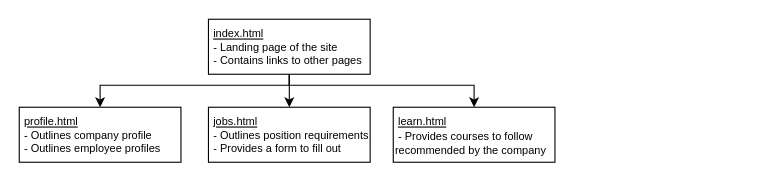
Earlier version of the draw.io diagram assets/design/sitemap.drawio (imstellar/assignment2). Source tidied: cells renumbered, new cells numbered last; positions are measured from the earlier drawing's top-left corner, leaving out a move shared by most shapes. Both pictures are drawn from the tidied source at 110%, with x=0, y=0 at pixel (19, 19).
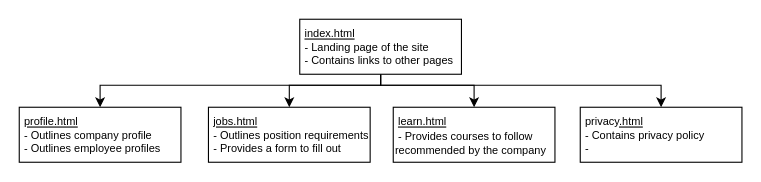
After the change.

The edit, as a diff of the source:
```diff
@@
 <mxGraphModel>
   <root>
     <mxCell id="0" />
     <mxCell id="1" parent="0" />
+    <mxCell id="9" style="edgeStyle=orthogonalEdgeStyle;rounded=0;jettySize=auto;html=1;entryX=0.5;entryY=0;entryDx=0;entryDy=0;" parent="1" edge="1" source="5" target="10">
+      <mxGeometry relative="1" as="geometry">
+        <Array as="points">
+          <mxPoint x="328" y="60" />
+          <mxPoint x="584" y="60" />
+        </Array>
+      </mxGeometry>
+    </mxCell>
+    <mxCell id="4" style="edgeStyle=orthogonalEdgeStyle;rounded=0;jettySize=auto;html=1;entryX=0.5;entryY=0;entryDx=0;entryDy=0;" parent="1" edge="1" source="5" target="7">
+      <mxGeometry relative="1" as="geometry">
+        <Array as="points">
+          <mxPoint x="328" y="60" />
+          <mxPoint x="414" y="60" />
+        </Array>
+      </mxGeometry>
+    </mxCell>
-    <mxCell id="2" style="edgeStyle=orthogonalEdgeStyle;rounded=0;jettySize=auto;html=1;" parent="1" edge="1" source="5" target="6">
-      <mxGeometry relative="1" as="geometry" />
+    <mxCell id="2" style="edgeStyle=orthogonalEdgeStyle;rounded=0;jettySize=auto;html=1;entryX=0.5;entryY=0;entryDx=0;entryDy=0;" parent="1" edge="1" source="5" target="6">
+      <mxGeometry relative="1" as="geometry">
+        <Array as="points">
+          <mxPoint x="328" y="60" />
+          <mxPoint x="246" y="60" />
+        </Array>
+      </mxGeometry>
     </mxCell>
     <mxCell id="3" style="edgeStyle=orthogonalEdgeStyle;rounded=0;jettySize=auto;html=1;entryX=0.5;entryY=0;entryDx=0;entryDy=0;" parent="1" edge="1" source="5" target="8">
       <mxGeometry relative="1" as="geometry">
         <Array as="points">
-          <mxPoint x="246" y="60" />
+          <mxPoint x="328" y="60" />
           <mxPoint x="74" y="60" />
         </Array>
       </mxGeometry>
     </mxCell>
-    <mxCell id="4" style="edgeStyle=orthogonalEdgeStyle;rounded=0;jettySize=auto;html=1;entryX=0.5;entryY=0;entryDx=0;entryDy=0;" parent="1" edge="1" source="5" target="7">
-      <mxGeometry relative="1" as="geometry">
-        <Array as="points">
-          <mxPoint x="246" y="60" />
-          <mxPoint x="414" y="60" />
-          <mxPoint x="414" y="80" />
-        </Array>
-      </mxGeometry>
-    </mxCell>
     <mxCell id="5" value="&lt;div style=&quot;line-height: 100%;&quot;&gt;&lt;font style=&quot;font-size: 10px; line-height: 100%;&quot;&gt;&amp;nbsp;&lt;u&gt;index.html&lt;/u&gt;&lt;/font&gt;&lt;div&gt;&lt;font style=&quot;font-size: 10px; line-height: 100%;&quot;&gt;&amp;nbsp;- Landing page of the site&lt;/font&gt;&lt;/div&gt;&lt;div&gt;&lt;font style=&quot;font-size: 10px; line-height: 100%;&quot;&gt;&amp;nbsp;- Contains links to other pages&lt;/font&gt;&lt;/div&gt;&lt;/div&gt;" style="rounded=0;whiteSpace=wrap;html=1;align=left;verticalAlign=top;" parent="1" vertex="1">
-      <mxGeometry x="172" width="147" height="50" as="geometry" />
+      <mxGeometry x="255" width="147" height="50" as="geometry" />
     </mxCell>
     <mxCell id="6" value="&lt;div style=&quot;line-height: 100%;&quot;&gt;&lt;font style=&quot;font-size: 10px; line-height: 100%;&quot;&gt;&amp;nbsp;&lt;u&gt;jobs.html&lt;/u&gt;&lt;/font&gt;&lt;div&gt;&lt;font style=&quot;font-size: 10px; line-height: 100%;&quot;&gt;&amp;nbsp;- Outlines position requirements&lt;/font&gt;&lt;/div&gt;&lt;div&gt;&lt;font style=&quot;font-size: 10px; line-height: 100%;&quot;&gt;&amp;nbsp;- Provides a form to fill out&lt;/font&gt;&lt;/div&gt;&lt;/div&gt;" style="rounded=0;whiteSpace=wrap;html=1;align=left;verticalAlign=top;" parent="1" vertex="1">
       <mxGeometry x="172" y="80" width="147" height="50" as="geometry" />
     </mxCell>
     <mxCell id="7" value="&lt;div style=&quot;line-height: 100%;&quot;&gt;&lt;span style=&quot;font-size: 10px;&quot;&gt;&amp;nbsp;&lt;u&gt;learn.html&lt;/u&gt;&lt;/span&gt;&lt;/div&gt;&lt;div style=&quot;line-height: 100%;&quot;&gt;&lt;span style=&quot;font-size: 10px;&quot;&gt;&amp;nbsp;- Provides courses to follow recommended by the company&lt;/span&gt;&lt;/div&gt;" style="rounded=0;whiteSpace=wrap;html=1;align=left;verticalAlign=top;" parent="1" vertex="1">
       <mxGeometry x="340" y="80" width="147" height="50" as="geometry" />
     </mxCell>
     <mxCell id="8" value="&lt;div style=&quot;line-height: 100%;&quot;&gt;&lt;font style=&quot;font-size: 10px; line-height: 100%;&quot;&gt;&amp;nbsp;&lt;u&gt;profile.html&lt;/u&gt;&lt;/font&gt;&lt;div&gt;&lt;font style=&quot;font-size: 10px; line-height: 100%;&quot;&gt;&amp;nbsp;- Outlines company profile&lt;/font&gt;&lt;/div&gt;&lt;div&gt;&lt;span style=&quot;font-size: 10px;&quot;&gt;&amp;nbsp;- Outlines employee profiles&lt;/span&gt;&lt;/div&gt;&lt;/div&gt;" style="rounded=0;whiteSpace=wrap;html=1;align=left;verticalAlign=top;" parent="1" vertex="1">
       <mxGeometry y="80" width="147" height="50" as="geometry" />
     </mxCell>
+    <mxCell id="10" value="&lt;div style=&quot;line-height: 100%;&quot;&gt;&lt;font style=&quot;font-size: 10px; line-height: 100%;&quot;&gt;&amp;nbsp;privacy&lt;u&gt;.html&lt;/u&gt;&lt;/font&gt;&lt;div&gt;&lt;font style=&quot;font-size: 10px; line-height: 100%;&quot;&gt;&amp;nbsp;- Contains privacy policy&lt;/font&gt;&lt;/div&gt;&lt;div&gt;&lt;font style=&quot;font-size: 10px; line-height: 100%;&quot;&gt;&amp;nbsp;-&amp;nbsp;&lt;/font&gt;&lt;/div&gt;&lt;/div&gt;" style="rounded=0;whiteSpace=wrap;html=1;align=left;verticalAlign=top;" parent="1" vertex="1">
+      <mxGeometry x="510" y="80" width="147" height="50" as="geometry" />
+    </mxCell>
   </root>
 </mxGraphModel>
```
